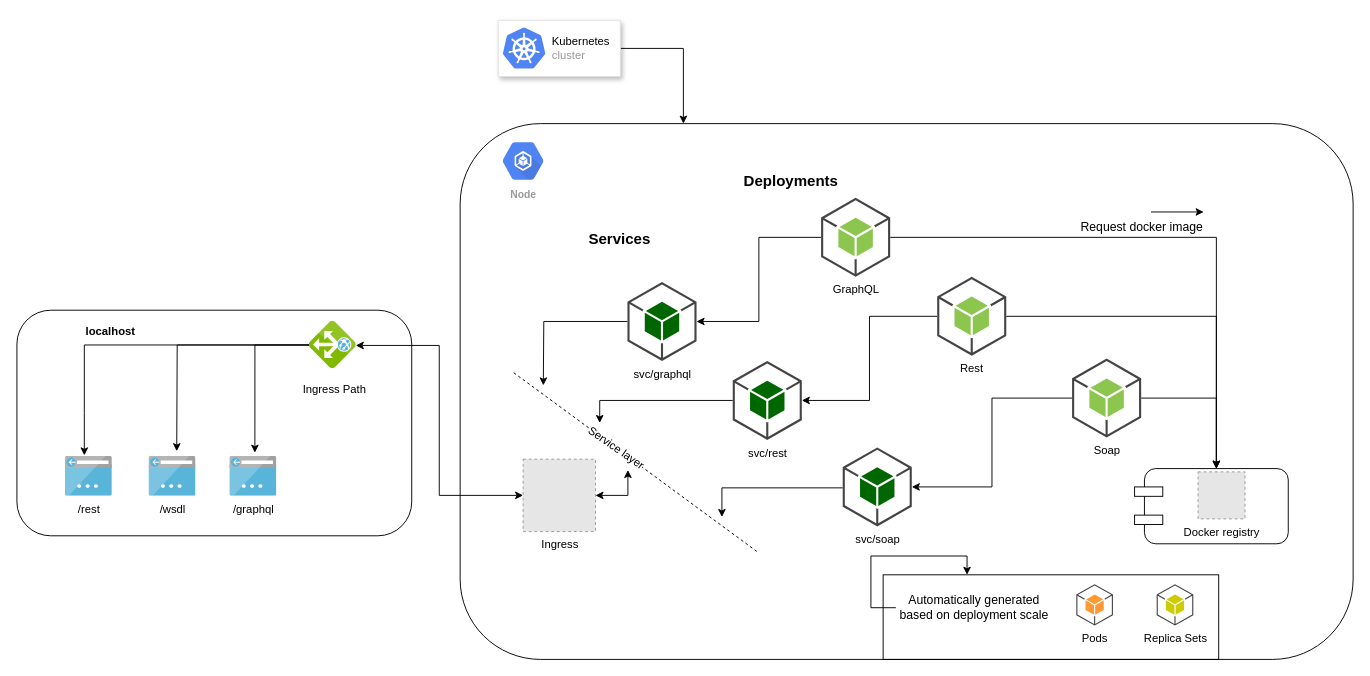
Before: resources/Kubernetes-Diagram.drawio.xml in mariohercules/k8s-pods, a draw.io diagram. Source tidied: cells renumbered, new cells numbered last; positions are measured from the earlier drawing's top-left corner, leaving out a move shared by most shapes. Both pictures are drawn from the tidied source at 94%, with x=0, y=0 at pixel (17, 20). Pictures stored in the file or linked from it are replaced by grey dashed boxes.
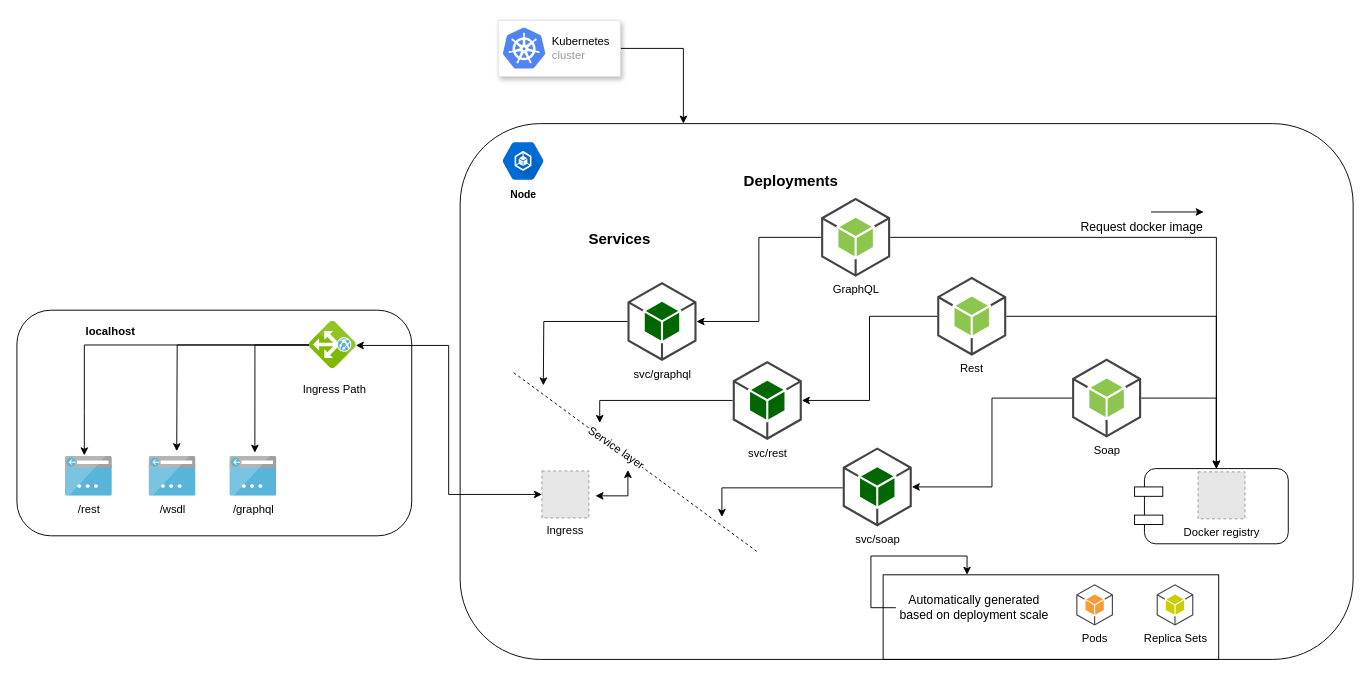
The same diagram, later.

What changed in the source:
```diff
@@
-    <mxCell id="23" style="edgeStyle=orthogonalEdgeStyle;rounded=0;comic=0;jettySize=auto;html=1;shadow=0;fontSize=12;startArrow=classic;startFill=1;" parent="1" edge="1" source="24">
+    <mxCell id="23" style="edgeStyle=orthogonalEdgeStyle;rounded=0;comic=0;orthogonalLoop=1;jettySize=auto;html=1;shadow=0;fontSize=12;startArrow=classic;startFill=1;" parent="1" edge="1">
       <mxGeometry relative="1" as="geometry">
+        <mxPoint x="615" y="506" as="sourcePoint" />
         <mxPoint x="649.5" y="478.5" as="targetPoint" />
         <Array as="points">
           <mxPoint x="649.5" y="505.5" />
         </Array>
       </mxGeometry>
     </mxCell>
-    <mxCell id="24" value="Ingress" style="fillColor=#E6E6E6;strokeColor=#999999;dashed=1;html=1;verticalAlign=top;verticalLabelPosition=bottom;labelBackgroundColor=#ffffff;fontSize=12;" parent="1" vertex="1">
-      <mxGeometry x="538" y="467" width="77" height="77" as="geometry" />
-    </mxCell>
@@
-    <mxCell id="33" style="edgeStyle=orthogonalEdgeStyle;rounded=0;comic=0;jettySize=auto;html=1;entryX=0;entryY=0.5;entryDx=0;entryDy=0;shadow=0;fontSize=12;startArrow=classic;startFill=1;exitX=0.51;exitY=-0.01;exitDx=0;exitDy=0;exitPerimeter=0;" parent="1" edge="1" source="34" target="24">
+    <mxCell id="33" style="edgeStyle=orthogonalEdgeStyle;rounded=0;comic=0;jettySize=auto;html=1;shadow=0;fontSize=12;startArrow=classic;startFill=1;exitX=0.51;exitY=-0.01;exitDx=0;exitDy=0;exitPerimeter=0;entryX=0;entryY=0.5;entryDx=0;entryDy=0;" parent="1" edge="1" source="34" target="24">
       <mxGeometry relative="1" as="geometry" />
     </mxCell>
-    <mxCell id="34" style="html=1;perimeter=none;align=center;shadow=0;dashed=0;image;fontSize=12;image=img/lib/mscae/Application_Gateway.svg;rounded=1;glass=0;strokeColor=#000000;rotation=90;" parent="1" vertex="1">
+    <mxCell id="34" style="html=1;perimeter=none;align=center;shadow=0;dashed=0;image;fontSize=12;image=img/lib/mscae/Application_Gateway.svg;rounded=1;glass=0;strokeColor=#000000;rotation=90;imageBackground=none;" parent="1" vertex="1">
       <mxGeometry x="309.5" y="320.5" width="50" height="50" as="geometry" />
     </mxCell>
@@
-    <mxCell id="42" value="Node&lt;br&gt;" style="html=1;fillColor=#5184F3;strokeColor=none;verticalAlign=top;labelPosition=center;verticalLabelPosition=bottom;align=center;spacingTop=-6;fontSize=11;fontStyle=1;fontColor=#999999;shape=mxgraph.gcp2.hexIcon;prIcon=container_engine;rounded=1;glass=0;" parent="1" vertex="1">
+    <mxCell id="42" value="Node&lt;br&gt;" style="html=1;fillColor=#006BD6;strokeColor=none;verticalAlign=top;labelPosition=center;verticalLabelPosition=bottom;align=center;spacingTop=-6;fontSize=11;fontStyle=1;fontColor=#000000;shape=mxgraph.gcp2.hexIcon;prIcon=container_engine;rounded=1;glass=0;" parent="1" vertex="1">
       <mxGeometry x="505" y="120.5" width="66" height="58.5" as="geometry" />
     </mxCell>
@@
+    <mxCell id="24" value="Ingress" style="fillColor=#E6E6E6;strokeColor=#999999;dashed=1;verticalLabelPosition=bottom;labelBackgroundColor=#ffffff;verticalAlign=top;" parent="1" vertex="1">
+      <mxGeometry x="558" y="479.5" width="50" height="50" as="geometry" />
+    </mxCell>
```
